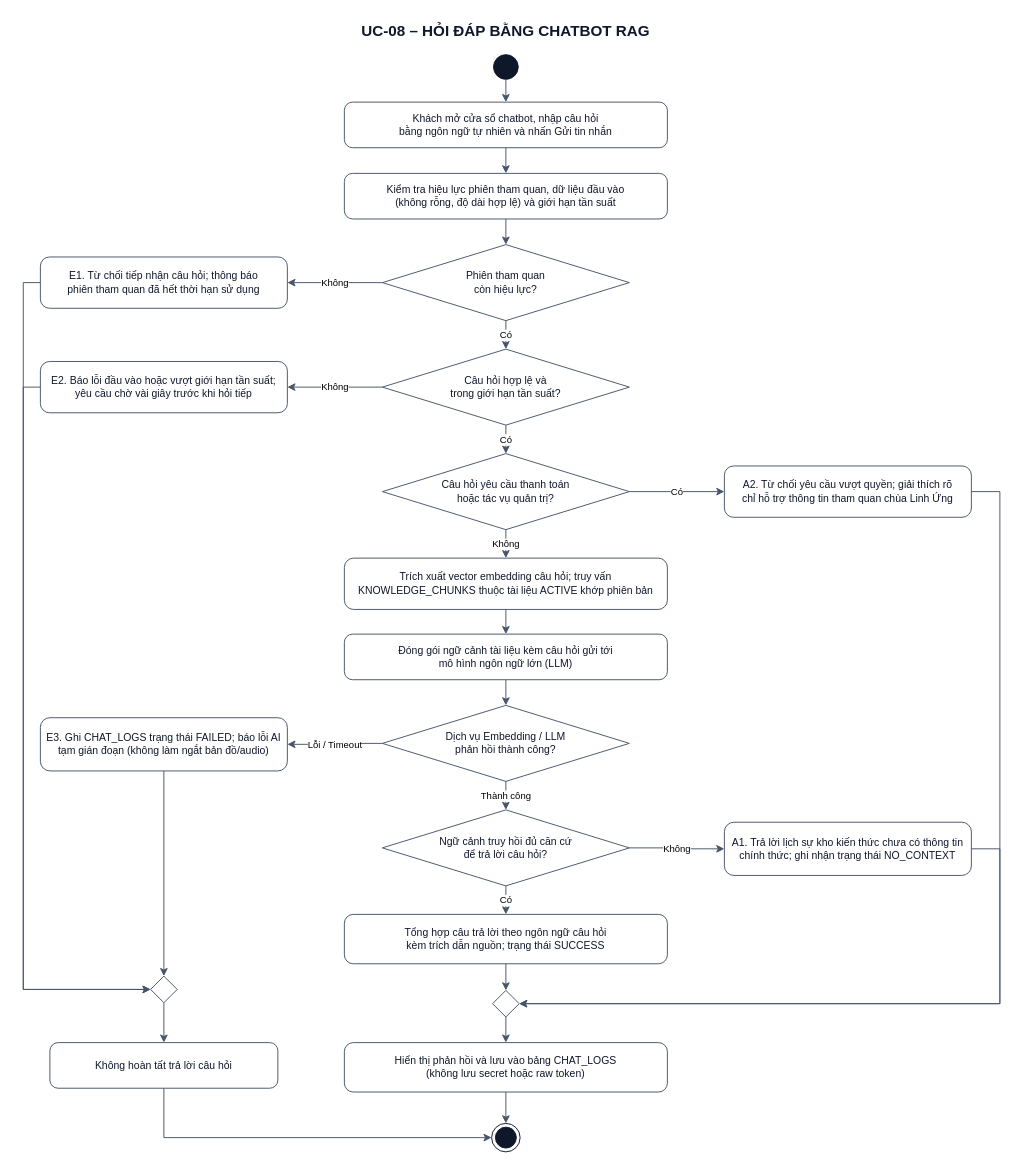
The draw.io diagram docs/diagram/activity/UC-08_Activity.drawio in Kazuken123/prj_sgu26_cnpm, before the edit. Source tidied: cells renumbered, new cells numbered last; positions are measured from the earlier drawing's top-left corner, leaving out a move shared by most shapes. Both pictures are drawn from the tidied source at 95%, with x=0, y=0 at pixel (23, 16).
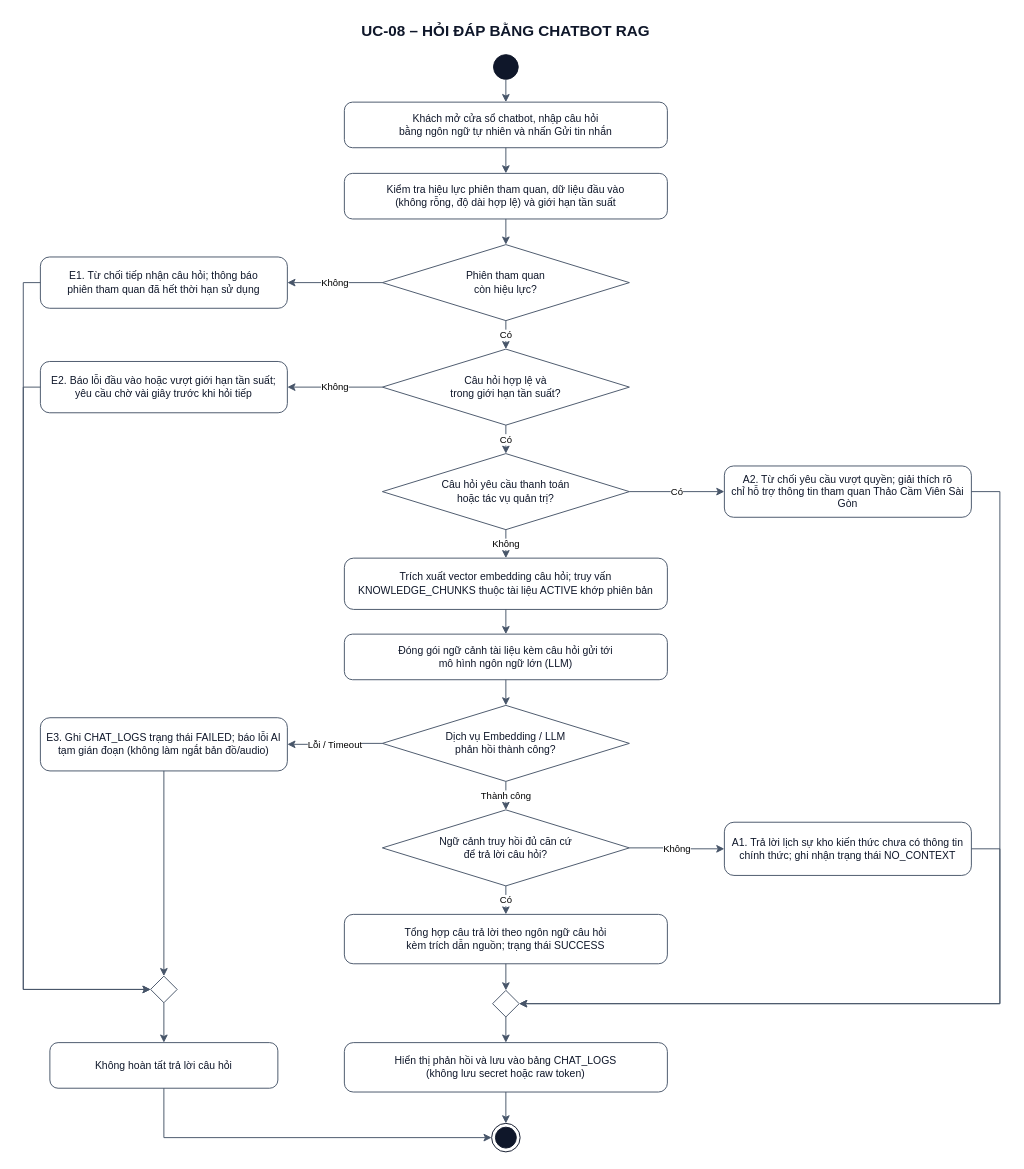
The same page after the edit.

The edit, as a diff of the source:
```diff
@@
-    <mxCell id="11" value="A2. Từ chối yêu cầu vượt quyền; giải thích rõ&#10;chỉ hỗ trợ thông tin tham quan chùa Linh Ứng" style="rounded=1;arcSize=18;whiteSpace=wrap;html=1;fillColor=#ffffff;strokeColor=#475569;fontColor=#0f172a;fontFamily=Arial;fontSize=11;" parent="1" vertex="1">
+    <mxCell id="11" value="A2. Từ chối yêu cầu vượt quyền; giải thích rõ&#10;chỉ hỗ trợ thông tin tham quan Thảo Cầm Viên Sài Gòn" style="rounded=1;arcSize=18;whiteSpace=wrap;html=1;fillColor=#ffffff;strokeColor=#475569;fontColor=#0f172a;fontFamily=Arial;fontSize=11;" parent="1" vertex="1">
       <mxGeometry x="738" y="473" width="260" height="54" as="geometry" />
     </mxCell>
```
